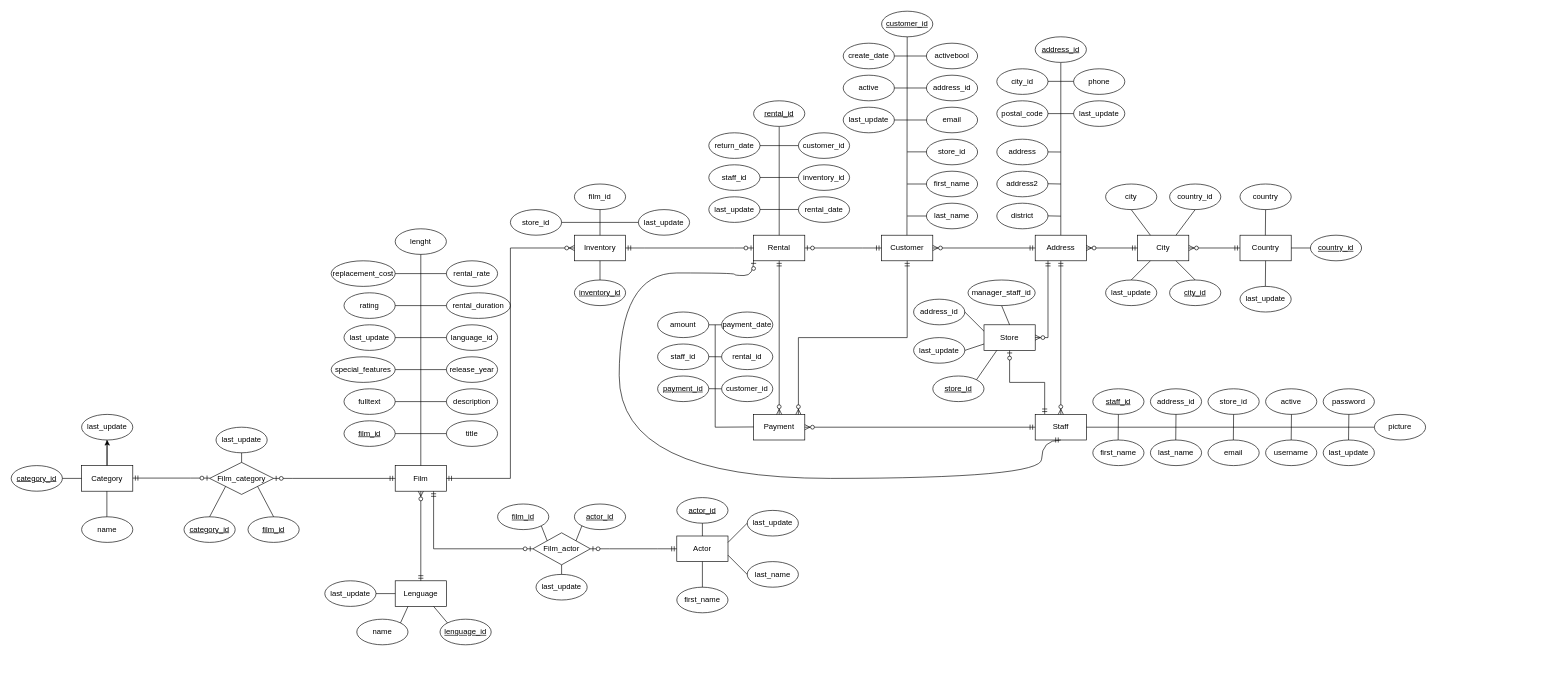
Earlier version of the draw.io diagram Diagramas_E_R/Diagrama final TP 3.drawio (Gabitoto/Bases-de-Datos). Source tidied: cells renumbered, new cells numbered last; positions are measured from the earlier drawing's top-left corner, leaving out a move shared by most shapes. Both pictures are drawn from the tidied source at 64%, with x=0, y=0 at pixel (11, 11).
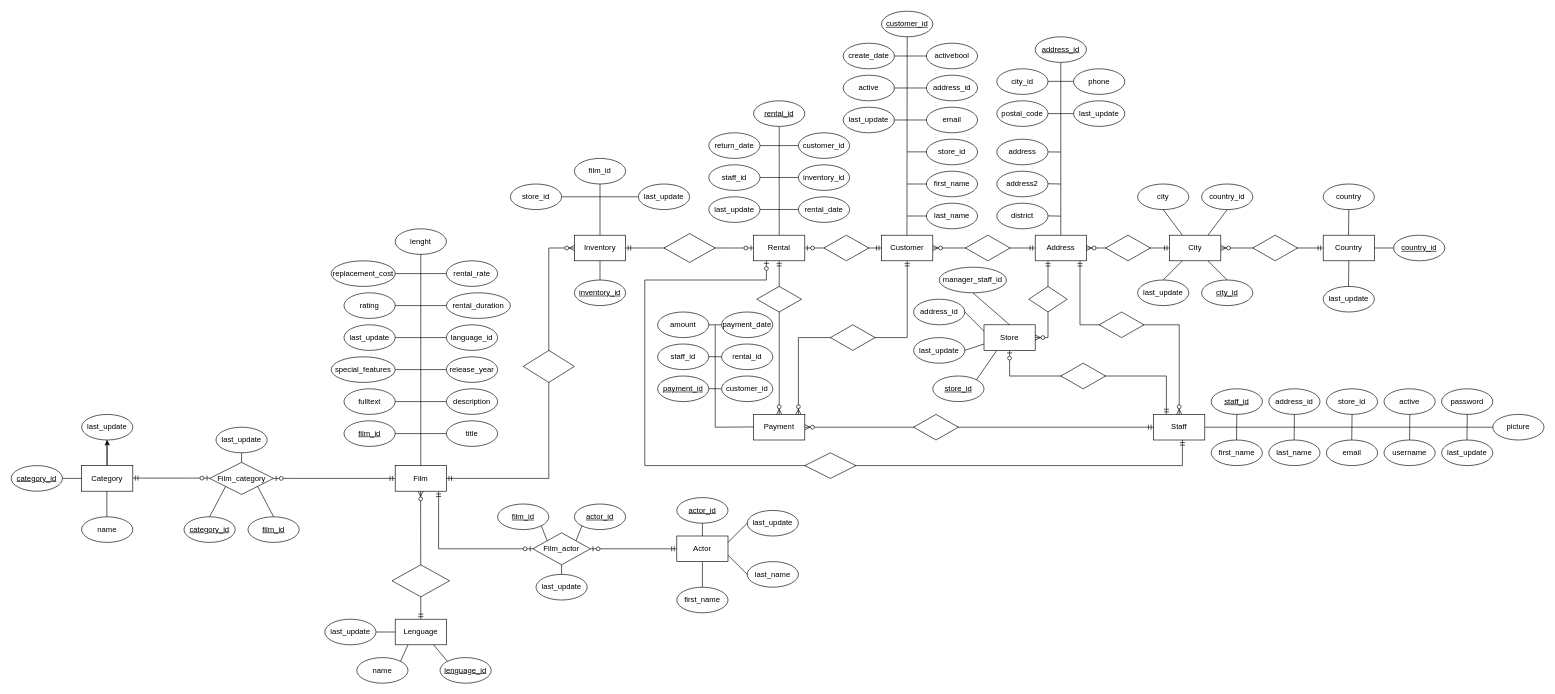
Above is the later version.

The change refers to these unchanged cells:
```xml
<mxCell id="4" value="Film" style="whiteSpace=wrap;html=1;align=center;labelBackgroundColor=none;" parent="1" vertex="1">
  <mxGeometry x="600" y="710" width="80" height="40" as="geometry" />
</mxCell>
<mxCell id="32" value="Rental" style="whiteSpace=wrap;html=1;align=center;labelBackgroundColor=none;" parent="1" vertex="1">
  <mxGeometry x="1160" y="350" width="80" height="40" as="geometry" />
</mxCell>
<mxCell id="33" value="Film_actor" style="shape=rhombus;perimeter=rhombusPerimeter;whiteSpace=wrap;html=1;align=center;labelBackgroundColor=none;" parent="1" vertex="1">
  <mxGeometry x="815" y="815" width="90" height="50" as="geometry" />
</mxCell>
<mxCell id="55" value="Address" style="whiteSpace=wrap;html=1;align=center;labelBackgroundColor=none;" parent="1" vertex="1">
  <mxGeometry x="1600" y="350" width="80" height="40" as="geometry" />
</mxCell>
<mxCell id="98" value="Store" style="whiteSpace=wrap;html=1;align=center;labelBackgroundColor=none;" parent="1" vertex="1">
  <mxGeometry x="1520" y="490" width="80" height="40" as="geometry" />
</mxCell>
```

What changed in the source:
```diff
@@
     <mxCell id="5" value="Lenguage" style="whiteSpace=wrap;html=1;align=center;labelBackgroundColor=none;" parent="1" vertex="1">
-      <mxGeometry x="600" y="890" width="80" height="40" as="geometry" />
+      <mxGeometry x="600" y="950" width="80" height="40" as="geometry" />
     </mxCell>
@@
     <mxCell id="27" value="last_update" style="ellipse;whiteSpace=wrap;html=1;align=center;labelBackgroundColor=none;" parent="1" vertex="1">
-      <mxGeometry x="490" y="890" width="80" height="40" as="geometry" />
+      <mxGeometry x="490" y="950" width="80" height="40" as="geometry" />
     </mxCell>
     <mxCell id="28" value="name" style="ellipse;whiteSpace=wrap;html=1;align=center;labelBackgroundColor=none;" parent="1" vertex="1">
-      <mxGeometry x="540" y="950" width="80" height="40" as="geometry" />
+      <mxGeometry x="540" y="1010" width="80" height="40" as="geometry" />
     </mxCell>
     <mxCell id="29" value="film_id" style="ellipse;whiteSpace=wrap;html=1;align=center;labelBackgroundColor=none;" parent="1" vertex="1">
-      <mxGeometry x="880" y="270" width="80" height="40" as="geometry" />
+      <mxGeometry x="880" y="230" width="80" height="40" as="geometry" />
     </mxCell>
     <mxCell id="30" value="store_id" style="ellipse;whiteSpace=wrap;html=1;align=center;labelBackgroundColor=none;" parent="1" vertex="1">
-      <mxGeometry x="780" y="310" width="80" height="40" as="geometry" />
+      <mxGeometry x="780" y="270" width="80" height="40" as="geometry" />
     </mxCell>
     <mxCell id="31" value="last_update" style="ellipse;whiteSpace=wrap;html=1;align=center;labelBackgroundColor=none;" parent="1" vertex="1">
-      <mxGeometry x="980" y="310" width="80" height="40" as="geometry" />
+      <mxGeometry x="980" y="270" width="80" height="40" as="geometry" />
     </mxCell>
@@
     <mxCell id="56" value="City" style="whiteSpace=wrap;html=1;align=center;labelBackgroundColor=none;" parent="1" vertex="1">
-      <mxGeometry x="1760" y="350" width="80" height="40" as="geometry" />
+      <mxGeometry x="1810" y="350" width="80" height="40" as="geometry" />
     </mxCell>
     <mxCell id="57" value="Country" style="whiteSpace=wrap;html=1;align=center;labelBackgroundColor=none;" parent="1" vertex="1">
-      <mxGeometry x="1920" y="350" width="80" height="40" as="geometry" />
+      <mxGeometry x="2050" y="350" width="80" height="40" as="geometry" />
     </mxCell>
     <mxCell id="58" value="last_update" style="ellipse;whiteSpace=wrap;html=1;align=center;labelBackgroundColor=none;" parent="1" vertex="1">
-      <mxGeometry x="1920" y="430" width="80" height="40" as="geometry" />
+      <mxGeometry x="2050" y="430" width="80" height="40" as="geometry" />
     </mxCell>
     <mxCell id="59" value="country" style="ellipse;whiteSpace=wrap;html=1;align=center;labelBackgroundColor=none;" parent="1" vertex="1">
-      <mxGeometry x="1920" y="270" width="80" height="40" as="geometry" />
+      <mxGeometry x="2050" y="270" width="80" height="40" as="geometry" />
     </mxCell>
     <mxCell id="60" value="last_update" style="ellipse;whiteSpace=wrap;html=1;align=center;labelBackgroundColor=none;" parent="1" vertex="1">
-      <mxGeometry x="1710" y="420" width="80" height="40" as="geometry" />
+      <mxGeometry x="1760" y="420" width="80" height="40" as="geometry" />
     </mxCell>
     <mxCell id="61" style="endArrow=none;html=1;rounded=0;entryX=0.5;entryY=0;entryDx=0;entryDy=0;exitX=0.5;exitY=1;exitDx=0;exitDy=0;labelBackgroundColor=none;fontColor=default;" parent="1" edge="1" source="57">
       <mxGeometry relative="1" as="geometry">
-        <mxPoint x="1959.6" y="430" as="targetPoint" />
+        <mxPoint x="2089.6" y="430" as="targetPoint" />
       </mxGeometry>
     </mxCell>
     <mxCell id="62" style="endArrow=none;html=1;rounded=0;entryX=0.5;entryY=0;entryDx=0;entryDy=0;exitX=0.5;exitY=1;exitDx=0;exitDy=0;labelBackgroundColor=none;fontColor=default;" parent="1" edge="1">
       <mxGeometry relative="1" as="geometry">
-        <mxPoint x="1960" y="310" as="sourcePoint" />
-        <mxPoint x="1959.6" y="350" as="targetPoint" />
+        <mxPoint x="2090" y="310" as="sourcePoint" />
+        <mxPoint x="2089.6" y="350" as="targetPoint" />
       </mxGeometry>
     </mxCell>
@@
     <mxCell id="64" value="country_id" style="ellipse;whiteSpace=wrap;html=1;align=center;labelBackgroundColor=none;" parent="1" vertex="1">
-      <mxGeometry x="1810" y="270" width="80" height="40" as="geometry" />
+      <mxGeometry x="1860" y="270" width="80" height="40" as="geometry" />
     </mxCell>
@@
     <mxCell id="66" value="city" style="ellipse;whiteSpace=wrap;html=1;align=center;labelBackgroundColor=none;" parent="1" vertex="1">
-      <mxGeometry x="1710" y="270" width="80" height="40" as="geometry" />
+      <mxGeometry x="1760" y="270" width="80" height="40" as="geometry" />
     </mxCell>
@@
+    <mxCell id="182" style="edgeStyle=orthogonalEdgeStyle;rounded=0;jettySize=auto;html=1;entryX=0.25;entryY=1;entryDx=0;entryDy=0;startArrow=ERmandOne;startFill=0;endArrow=ERzeroToOne;endFill=0;" parent="1" edge="1" source="97" target="32">
+      <mxGeometry relative="1" as="geometry">
+        <Array as="points">
+          <mxPoint x="1830" y="710" />
+          <mxPoint x="990" y="710" />
+          <mxPoint x="990" y="420" />
+          <mxPoint x="1180" y="420" />
+        </Array>
+      </mxGeometry>
+    </mxCell>
     <mxCell id="97" value="Staff" style="whiteSpace=wrap;html=1;align=center;labelBackgroundColor=none;" parent="1" vertex="1">
-      <mxGeometry x="1600" y="630" width="80" height="40" as="geometry" />
+      <mxGeometry x="1785" y="630" width="80" height="40" as="geometry" />
     </mxCell>
+    <mxCell id="186" style="edgeStyle=orthogonalEdgeStyle;rounded=0;jettySize=auto;html=1;entryX=0.25;entryY=0;entryDx=0;entryDy=0;startArrow=ERzeroToOne;startFill=0;endArrow=ERmandOne;endFill=0;" parent="1" edge="1" source="98" target="97">
+      <mxGeometry relative="1" as="geometry">
+        <Array as="points">
+          <mxPoint x="1560" y="570" />
+          <mxPoint x="1805" y="570" />
+        </Array>
+      </mxGeometry>
+    </mxCell>
@@
     <mxCell id="102" value="manager_staff_id" style="ellipse;whiteSpace=wrap;html=1;align=center;labelBackgroundColor=none;" parent="1" vertex="1">
-      <mxGeometry x="1495" y="420" width="105" height="40" as="geometry" />
+      <mxGeometry x="1450" y="400" width="105" height="40" as="geometry" />
     </mxCell>
@@
     <mxCell id="109" value="city_id" style="ellipse;whiteSpace=wrap;html=1;align=center;fontStyle=4;labelBackgroundColor=none;" parent="1" vertex="1">
-      <mxGeometry x="1810" y="420" width="80" height="40" as="geometry" />
+      <mxGeometry x="1860" y="420" width="80" height="40" as="geometry" />
     </mxCell>
@@
     <mxCell id="113" value="country_id" style="ellipse;whiteSpace=wrap;html=1;align=center;fontStyle=4;labelBackgroundColor=none;" parent="1" vertex="1">
-      <mxGeometry x="2030" y="350" width="80" height="40" as="geometry" />
+      <mxGeometry x="2160" y="350" width="80" height="40" as="geometry" />
     </mxCell>
@@
     <mxCell id="118" style="endArrow=none;html=1;rounded=0;entryX=1;entryY=0.5;entryDx=0;entryDy=0;exitX=0;exitY=0.5;exitDx=0;exitDy=0;labelBackgroundColor=none;fontColor=default;" parent="1" edge="1" source="31" target="30">
       <mxGeometry relative="1" as="geometry">
         <Array as="points">
-          <mxPoint x="920" y="330" />
+          <mxPoint x="920" y="290" />
         </Array>
       </mxGeometry>
     </mxCell>
@@
     <mxCell id="133" value="lenguage_id" style="ellipse;whiteSpace=wrap;html=1;align=center;fontStyle=4;labelBackgroundColor=none;" parent="1" vertex="1">
-      <mxGeometry x="670" y="950" width="80" height="40" as="geometry" />
+      <mxGeometry x="670" y="1010" width="80" height="40" as="geometry" />
     </mxCell>
@@
     <mxCell id="152" value="staff_id" style="ellipse;whiteSpace=wrap;html=1;align=center;fontStyle=4;labelBackgroundColor=none;" parent="1" vertex="1">
-      <mxGeometry x="1690" y="590" width="80" height="40" as="geometry" />
+      <mxGeometry x="1875" y="590" width="80" height="40" as="geometry" />
     </mxCell>
     <mxCell id="153" value="email" style="ellipse;whiteSpace=wrap;html=1;align=center;labelBackgroundColor=none;" parent="1" vertex="1">
-      <mxGeometry x="1870" y="670" width="80" height="40" as="geometry" />
+      <mxGeometry x="2055" y="670" width="80" height="40" as="geometry" />
     </mxCell>
     <mxCell id="154" value="last_name" style="ellipse;whiteSpace=wrap;html=1;align=center;labelBackgroundColor=none;" parent="1" vertex="1">
-      <mxGeometry x="1780" y="670" width="80" height="40" as="geometry" />
+      <mxGeometry x="1965" y="670" width="80" height="40" as="geometry" />
     </mxCell>
     <mxCell id="155" value="first_name" style="ellipse;whiteSpace=wrap;html=1;align=center;labelBackgroundColor=none;" parent="1" vertex="1">
-      <mxGeometry x="1690" y="670" width="80" height="40" as="geometry" />
+      <mxGeometry x="1875" y="670" width="80" height="40" as="geometry" />
     </mxCell>
     <mxCell id="156" value="active" style="ellipse;whiteSpace=wrap;html=1;align=center;labelBackgroundColor=none;" parent="1" vertex="1">
-      <mxGeometry x="1960" y="590" width="80" height="40" as="geometry" />
+      <mxGeometry x="2145" y="590" width="80" height="40" as="geometry" />
     </mxCell>
     <mxCell id="157" value="store_id" style="ellipse;whiteSpace=wrap;html=1;align=center;labelBackgroundColor=none;" parent="1" vertex="1">
-      <mxGeometry x="1870" y="590" width="80" height="40" as="geometry" />
+      <mxGeometry x="2055" y="590" width="80" height="40" as="geometry" />
     </mxCell>
     <mxCell id="158" value="address_id" style="ellipse;whiteSpace=wrap;html=1;align=center;labelBackgroundColor=none;" parent="1" vertex="1">
-      <mxGeometry x="1780" y="590" width="80" height="40" as="geometry" />
+      <mxGeometry x="1965" y="590" width="80" height="40" as="geometry" />
     </mxCell>
     <mxCell id="159" value="username" style="ellipse;whiteSpace=wrap;html=1;align=center;labelBackgroundColor=none;" parent="1" vertex="1">
-      <mxGeometry x="1960" y="670" width="80" height="40" as="geometry" />
+      <mxGeometry x="2145" y="670" width="80" height="40" as="geometry" />
     </mxCell>
     <mxCell id="160" value="password" style="ellipse;whiteSpace=wrap;html=1;align=center;labelBackgroundColor=none;" parent="1" vertex="1">
-      <mxGeometry x="2050" y="590" width="80" height="40" as="geometry" />
+      <mxGeometry x="2235" y="590" width="80" height="40" as="geometry" />
     </mxCell>
     <mxCell id="161" value="last_update" style="ellipse;whiteSpace=wrap;html=1;align=center;labelBackgroundColor=none;" parent="1" vertex="1">
-      <mxGeometry x="2050" y="670" width="80" height="40" as="geometry" />
+      <mxGeometry x="2235" y="670" width="80" height="40" as="geometry" />
     </mxCell>
     <mxCell id="162" value="picture" style="ellipse;whiteSpace=wrap;html=1;align=center;labelBackgroundColor=none;" parent="1" vertex="1">
-      <mxGeometry x="2130" y="630" width="80" height="40" as="geometry" />
+      <mxGeometry x="2315" y="630" width="80" height="40" as="geometry" />
     </mxCell>
     <mxCell id="163" style="endArrow=none;html=1;rounded=0;entryX=0.5;entryY=0;entryDx=0;entryDy=0;exitX=0.5;exitY=1;exitDx=0;exitDy=0;labelBackgroundColor=none;fontColor=default;" parent="1" edge="1">
       <mxGeometry relative="1" as="geometry">
-        <mxPoint x="1730" y="630" as="sourcePoint" />
-        <mxPoint x="1729.6" y="670" as="targetPoint" />
+        <mxPoint x="1915" y="630" as="sourcePoint" />
+        <mxPoint x="1914.6" y="670" as="targetPoint" />
       </mxGeometry>
     </mxCell>
     <mxCell id="164" style="endArrow=none;html=1;rounded=0;entryX=0.5;entryY=0;entryDx=0;entryDy=0;exitX=0.5;exitY=1;exitDx=0;exitDy=0;labelBackgroundColor=none;fontColor=default;" parent="1" edge="1">
       <mxGeometry relative="1" as="geometry">
-        <mxPoint x="1820" y="630" as="sourcePoint" />
-        <mxPoint x="1819.6" y="670" as="targetPoint" />
+        <mxPoint x="2005" y="630" as="sourcePoint" />
+        <mxPoint x="2004.6" y="670" as="targetPoint" />
       </mxGeometry>
     </mxCell>
     <mxCell id="165" style="endArrow=none;html=1;rounded=0;entryX=0.5;entryY=0;entryDx=0;entryDy=0;exitX=0.5;exitY=1;exitDx=0;exitDy=0;labelBackgroundColor=none;fontColor=default;" parent="1" edge="1">
       <mxGeometry relative="1" as="geometry">
-        <mxPoint x="1910" y="630" as="sourcePoint" />
-        <mxPoint x="1909.6" y="670" as="targetPoint" />
+        <mxPoint x="2095.1" y="630" as="sourcePoint" />
+        <mxPoint x="2094.6" y="670" as="targetPoint" />
       </mxGeometry>
     </mxCell>
     <mxCell id="166" style="endArrow=none;html=1;rounded=0;entryX=0.5;entryY=0;entryDx=0;entryDy=0;exitX=0.5;exitY=1;exitDx=0;exitDy=0;labelBackgroundColor=none;fontColor=default;" parent="1" edge="1">
       <mxGeometry relative="1" as="geometry">
-        <mxPoint x="2000.4" y="630" as="sourcePoint" />
-        <mxPoint x="2000" y="670" as="targetPoint" />
+        <mxPoint x="2185.4" y="630" as="sourcePoint" />
+        <mxPoint x="2185" y="670" as="targetPoint" />
       </mxGeometry>
     </mxCell>
     <mxCell id="167" style="endArrow=none;html=1;rounded=0;entryX=0.5;entryY=0;entryDx=0;entryDy=0;exitX=0.5;exitY=1;exitDx=0;exitDy=0;labelBackgroundColor=none;fontColor=default;" parent="1" edge="1">
       <mxGeometry relative="1" as="geometry">
-        <mxPoint x="2090.1" y="630" as="sourcePoint" />
-        <mxPoint x="2089.6" y="670" as="targetPoint" />
+        <mxPoint x="2275.1" y="630" as="sourcePoint" />
+        <mxPoint x="2274.6" y="670" as="targetPoint" />
       </mxGeometry>
     </mxCell>
@@
-    <mxCell id="170" style="fontSize=12;html=1;endArrow=ERzeroToMany;startArrow=ERmandOne;rounded=0;entryX=0.5;entryY=1;entryDx=0;entryDy=0;exitX=0.5;exitY=0;exitDx=0;exitDy=0;" parent="1" edge="1" source="5" target="4">
-      <mxGeometry relative="1" as="geometry" />
+    <mxCell id="170" style="fontSize=12;html=1;endArrow=ERzeroToMany;startArrow=ERmandOne;rounded=0;entryX=0.5;entryY=1;entryDx=0;entryDy=0;exitX=0.5;exitY=0;exitDx=0;exitDy=0;" parent="1" edge="1" source="5">
+      <mxGeometry relative="1" as="geometry">
+        <mxPoint x="639.7" y="750" as="targetPoint" />
+      </mxGeometry>
     </mxCell>
     <mxCell id="171" style="fontSize=12;html=1;endArrow=ERzeroToMany;startArrow=ERmandOne;rounded=0;exitX=1;exitY=0.75;exitDx=0;exitDy=0;entryX=0;entryY=0.75;entryDx=0;entryDy=0;edgeStyle=elbowEdgeStyle;" parent="1" edge="1">
       <mxGeometry relative="1" as="geometry">
         <mxPoint x="680" y="730" as="sourcePoint" />
         <mxPoint x="880" y="370" as="targetPoint" />
+        <Array as="points">
+          <mxPoint x="840" y="540" />
+        </Array>
       </mxGeometry>
     </mxCell>
@@
     <mxCell id="176" style="fontSize=12;html=1;endArrow=ERzeroToMany;startArrow=ERmandOne;rounded=0;exitX=0;exitY=0.5;exitDx=0;exitDy=0;" parent="1" edge="1" source="57">
       <mxGeometry relative="1" as="geometry">
-        <mxPoint x="1840" y="370" as="targetPoint" />
+        <mxPoint x="1890" y="370" as="targetPoint" />
       </mxGeometry>
     </mxCell>
-    <mxCell id="177" style="fontSize=12;html=1;endArrow=ERzeroToMany;startArrow=ERmandOne;rounded=0;entryX=0.5;entryY=0;entryDx=0;entryDy=0;exitX=0.5;exitY=1;exitDx=0;exitDy=0;" parent="1" edge="1" source="55" target="97">
-      <mxGeometry relative="1" as="geometry" />
+    <mxCell id="177" style="fontSize=12;html=1;endArrow=ERzeroToMany;startArrow=ERmandOne;rounded=0;entryX=0.5;entryY=0;entryDx=0;entryDy=0;exitX=0.5;exitY=1;exitDx=0;exitDy=0;" parent="1" edge="1" target="97">
+      <mxGeometry relative="1" as="geometry">
+        <mxPoint x="1670" y="390" as="sourcePoint" />
+        <Array as="points">
+          <mxPoint x="1670" y="490" />
+          <mxPoint x="1825" y="490" />
+        </Array>
+      </mxGeometry>
     </mxCell>
     <mxCell id="178" style="fontSize=12;html=1;endArrow=ERzeroToMany;startArrow=ERmandOne;rounded=0;entryX=1;entryY=0.5;entryDx=0;entryDy=0;exitX=0.25;exitY=1;exitDx=0;exitDy=0;edgeStyle=orthogonalEdgeStyle;" parent="1" edge="1" source="55" target="98">
-      <mxGeometry relative="1" as="geometry" />
+      <mxGeometry relative="1" as="geometry">
+        <Array as="points">
+          <mxPoint x="1620" y="510" />
+        </Array>
+      </mxGeometry>
     </mxCell>
-    <mxCell id="179" style="edgeStyle=elbowEdgeStyle;fontSize=12;html=1;endArrow=ERzeroToOne;startArrow=ERmandOne;rounded=0;exitX=0.185;exitY=-0.011;exitDx=0;exitDy=0;entryX=0.5;entryY=1;entryDx=0;entryDy=0;exitPerimeter=0;" parent="1" edge="1" source="97" target="98">
-      <mxGeometry relative="1" as="geometry" />
-    </mxCell>
-    <mxCell id="180" style="edgeStyle=orthogonalEdgeStyle;fontSize=12;html=1;endArrow=ERzeroToOne;startArrow=ERmandOne;rounded=0;exitX=0.75;exitY=1;exitDx=0;exitDy=0;elbow=vertical;entryX=0;entryY=0.5;entryDx=0;entryDy=0;" parent="1" edge="1" source="4" target="33">
+    <mxCell id="180" style="edgeStyle=orthogonalEdgeStyle;fontSize=12;html=1;endArrow=ERzeroToOne;startArrow=ERmandOne;rounded=0;exitX=0.848;exitY=1.007;exitDx=0;exitDy=0;elbow=vertical;entryX=0;entryY=0.5;entryDx=0;entryDy=0;exitPerimeter=0;" parent="1" edge="1" source="4" target="33">
       <mxGeometry relative="1" as="geometry" />
     </mxCell>
@@
-    <mxCell id="182" style="edgeStyle=orthogonalEdgeStyle;fontSize=12;html=1;endArrow=ERzeroToOne;startArrow=ERmandOne;rounded=0;exitX=0.5;exitY=1;exitDx=0;exitDy=0;elbow=vertical;curved=1;entryX=0;entryY=1;entryDx=0;entryDy=0;" parent="1" edge="1" source="97" target="32">
-      <mxGeometry relative="1" as="geometry">
-        <Array as="points">
-          <mxPoint x="1610" y="670" />
-          <mxPoint x="1610" y="730" />
-          <mxPoint x="950" y="730" />
-          <mxPoint x="950" y="409" />
-          <mxPoint x="1130" y="409" />
-          <mxPoint x="1130" y="413" />
-          <mxPoint x="1160" y="413" />
-        </Array>
-      </mxGeometry>
-    </mxCell>
@@
+    <mxCell id="187" style="shape=rhombus;perimeter=rhombusPerimeter;whiteSpace=wrap;html=1;align=center;labelBackgroundColor=none;" parent="1" vertex="1">
+      <mxGeometry x="1240" y="690" width="80" height="40" as="geometry" />
+    </mxCell>
+    <mxCell id="188" style="shape=rhombus;perimeter=rhombusPerimeter;whiteSpace=wrap;html=1;align=center;labelBackgroundColor=none;" parent="1" vertex="1">
+      <mxGeometry x="1020" y="347.5" width="80" height="45" as="geometry" />
+    </mxCell>
+    <mxCell id="189" style="shape=rhombus;perimeter=rhombusPerimeter;whiteSpace=wrap;html=1;align=center;labelBackgroundColor=none;" parent="1" vertex="1">
+      <mxGeometry x="800" y="530" width="80" height="50" as="geometry" />
+    </mxCell>
+    <mxCell id="190" style="shape=rhombus;perimeter=rhombusPerimeter;whiteSpace=wrap;html=1;align=center;labelBackgroundColor=none;" parent="1" vertex="1">
+      <mxGeometry x="595" y="865" width="90" height="50" as="geometry" />
+    </mxCell>
+    <mxCell id="191" style="shape=rhombus;perimeter=rhombusPerimeter;whiteSpace=wrap;html=1;align=center;labelBackgroundColor=none;" parent="1" vertex="1">
+      <mxGeometry x="1270" y="350" width="70" height="40" as="geometry" />
+    </mxCell>
+    <mxCell id="192" style="shape=rhombus;perimeter=rhombusPerimeter;whiteSpace=wrap;html=1;align=center;labelBackgroundColor=none;" parent="1" vertex="1">
+      <mxGeometry x="1491" y="350" width="70" height="40" as="geometry" />
+    </mxCell>
+    <mxCell id="193" style="shape=rhombus;perimeter=rhombusPerimeter;whiteSpace=wrap;html=1;align=center;labelBackgroundColor=none;" parent="1" vertex="1">
+      <mxGeometry x="1710" y="350" width="70" height="40" as="geometry" />
+    </mxCell>
+    <mxCell id="194" style="shape=rhombus;perimeter=rhombusPerimeter;whiteSpace=wrap;html=1;align=center;labelBackgroundColor=none;" parent="1" vertex="1">
+      <mxGeometry x="1940" y="350" width="70" height="40" as="geometry" />
+    </mxCell>
+    <mxCell id="195" style="shape=rhombus;perimeter=rhombusPerimeter;whiteSpace=wrap;html=1;align=center;labelBackgroundColor=none;" parent="1" vertex="1">
+      <mxGeometry x="1700" y="470" width="70" height="40" as="geometry" />
+    </mxCell>
+    <mxCell id="196" style="shape=rhombus;perimeter=rhombusPerimeter;whiteSpace=wrap;html=1;align=center;labelBackgroundColor=none;" parent="1" vertex="1">
+      <mxGeometry x="1640" y="550" width="70" height="40" as="geometry" />
+    </mxCell>
+    <mxCell id="197" style="shape=rhombus;perimeter=rhombusPerimeter;whiteSpace=wrap;html=1;align=center;labelBackgroundColor=none;" parent="1" vertex="1">
+      <mxGeometry x="1410" y="630" width="70" height="40" as="geometry" />
+    </mxCell>
+    <mxCell id="198" style="shape=rhombus;perimeter=rhombusPerimeter;whiteSpace=wrap;html=1;align=center;labelBackgroundColor=none;" parent="1" vertex="1">
+      <mxGeometry x="1280" y="490" width="70" height="40" as="geometry" />
+    </mxCell>
+    <mxCell id="199" style="shape=rhombus;perimeter=rhombusPerimeter;whiteSpace=wrap;html=1;align=center;labelBackgroundColor=none;" parent="1" vertex="1">
+      <mxGeometry x="1165" y="430" width="70" height="40" as="geometry" />
+    </mxCell>
+    <mxCell id="200" style="shape=rhombus;perimeter=rhombusPerimeter;whiteSpace=wrap;html=1;align=center;labelBackgroundColor=none;" parent="1" vertex="1">
+      <mxGeometry x="1590" y="430" width="60" height="40" as="geometry" />
+    </mxCell>
```
